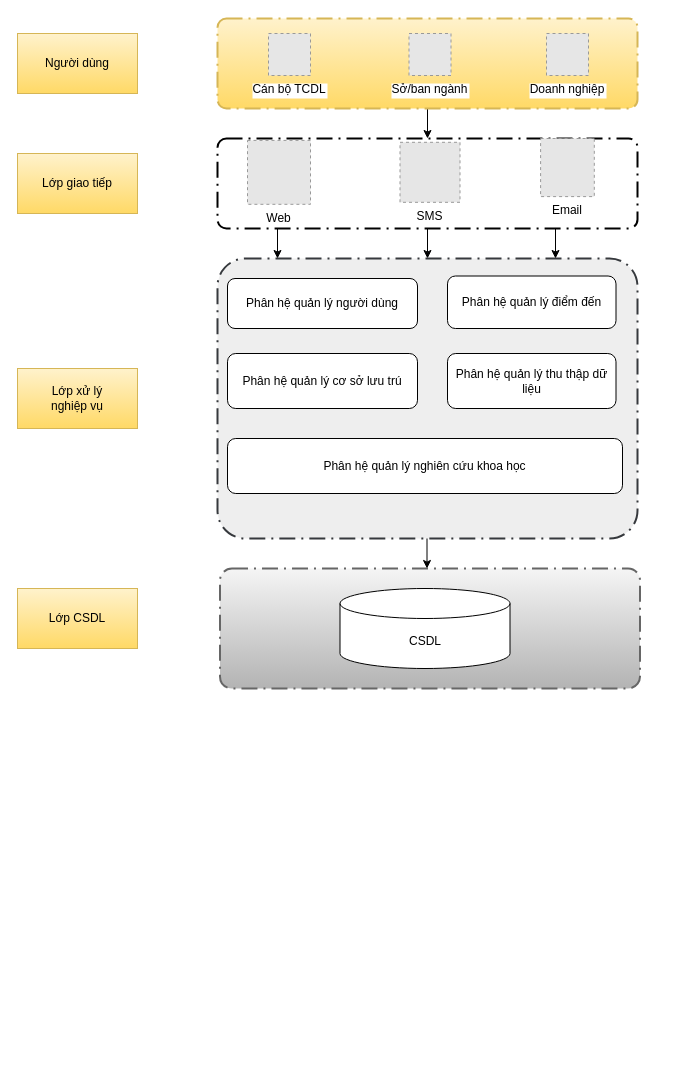
Before: page "DU_LIEU_CHUYEN_NGANH" (3 of 5) of so-do-draw/Untitled Diagram.drawio in letheanh12345/Draw-io, a draw.io diagram. Source tidied: cells renumbered, new cells numbered last; positions are measured from the earlier drawing's top-left corner, leaving out a move shared by most shapes. Both pictures are drawn from the tidied source at 100%, with x=0, y=0 at pixel (17, 18). Pictures stored in the file or linked from it are replaced by grey dashed boxes.
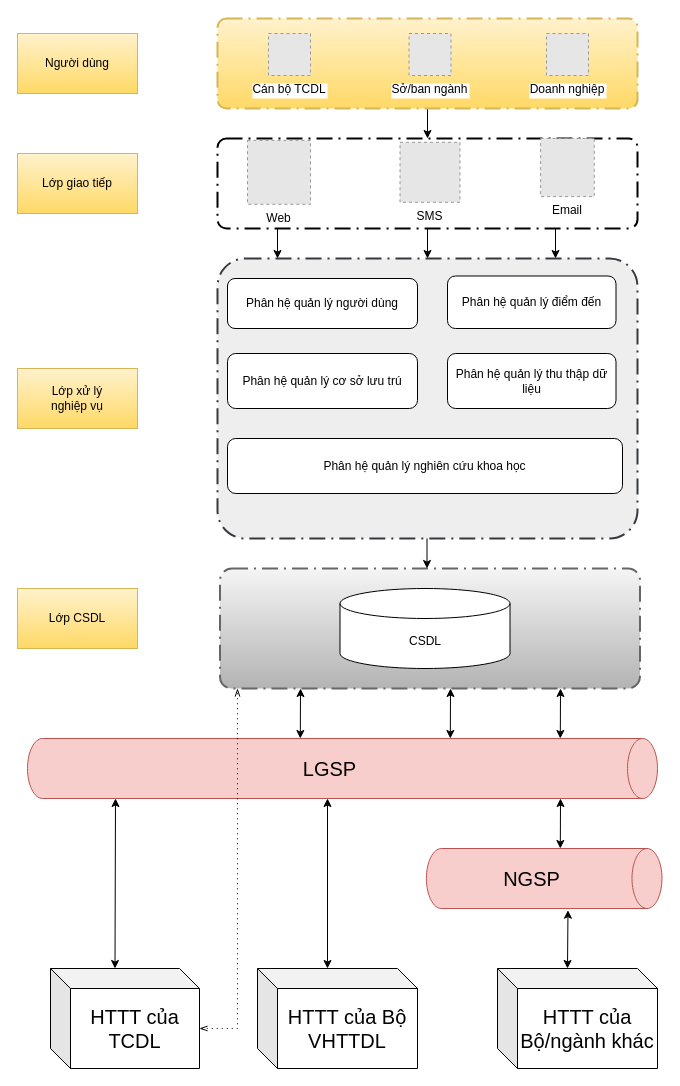
The same page after the edit.

What changed in the source:
```diff
@@
+    <mxCell id="27" value="&lt;font style=&quot;font-size: 20px;&quot;&gt;LGSP&lt;/font&gt;" style="shape=cylinder3;whiteSpace=wrap;html=1;boundedLbl=1;backgroundOutline=1;size=15;direction=south;fillColor=#f8cecc;strokeColor=#b85450;" parent="1" vertex="1">
+      <mxGeometry x="10" y="720" width="630" height="60" as="geometry" />
+    </mxCell>
+    <mxCell id="28" value="HTTT của TCDL" style="shape=cube;whiteSpace=wrap;html=1;boundedLbl=1;backgroundOutline=1;darkOpacity=0.05;darkOpacity2=0.1;fontSize=20;" parent="1" vertex="1">
+      <mxGeometry x="33" y="950" width="149" height="100" as="geometry" />
+    </mxCell>
+    <mxCell id="29" value="HTTT của Bộ VHTTDL" style="shape=cube;whiteSpace=wrap;html=1;boundedLbl=1;backgroundOutline=1;darkOpacity=0.05;darkOpacity2=0.1;fontSize=20;" parent="1" vertex="1">
+      <mxGeometry x="240" y="950" width="160" height="100" as="geometry" />
+    </mxCell>
+    <mxCell id="30" value="HTTT của Bộ/ngành khác" style="shape=cube;whiteSpace=wrap;html=1;boundedLbl=1;backgroundOutline=1;darkOpacity=0.05;darkOpacity2=0.1;fontSize=20;" parent="1" vertex="1">
+      <mxGeometry x="480" y="950" width="160" height="100" as="geometry" />
+    </mxCell>
+    <mxCell id="31" value="&lt;font style=&quot;font-size: 20px;&quot;&gt;NGSP&lt;/font&gt;" style="shape=cylinder3;whiteSpace=wrap;html=1;boundedLbl=1;backgroundOutline=1;size=15;direction=south;fillColor=#f8cecc;strokeColor=#b85450;" parent="1" vertex="1">
+      <mxGeometry x="408.9" y="830" width="235.6" height="60" as="geometry" />
+    </mxCell>
+    <mxCell id="32" style="endArrow=classic;startArrow=classic;html=1;rounded=0;fontSize=20;exitX=0.167;exitY=0.78;exitDx=0;exitDy=0;exitPerimeter=0;" parent="1" edge="1">
+      <mxGeometry relative="1" as="geometry">
+        <mxPoint x="282.8" y="720" as="sourcePoint" />
+        <mxPoint x="283" y="670" as="targetPoint" />
+      </mxGeometry>
+    </mxCell>
+    <mxCell id="33" style="endArrow=classic;startArrow=classic;html=1;rounded=0;fontSize=20;exitX=0.167;exitY=0.78;exitDx=0;exitDy=0;exitPerimeter=0;" parent="1" edge="1">
+      <mxGeometry relative="1" as="geometry">
+        <mxPoint x="432.8" y="720" as="sourcePoint" />
+        <mxPoint x="433" y="670" as="targetPoint" />
+      </mxGeometry>
+    </mxCell>
+    <mxCell id="34" style="endArrow=classic;startArrow=classic;html=1;rounded=0;fontSize=20;exitX=0.167;exitY=0.78;exitDx=0;exitDy=0;exitPerimeter=0;" parent="1" edge="1">
+      <mxGeometry relative="1" as="geometry">
+        <mxPoint x="542.8" y="720" as="sourcePoint" />
+        <mxPoint x="543" y="670" as="targetPoint" />
+      </mxGeometry>
+    </mxCell>
+    <mxCell id="35" style="endArrow=classic;startArrow=classic;html=1;rounded=0;fontSize=20;exitX=0.167;exitY=0.78;exitDx=0;exitDy=0;exitPerimeter=0;" parent="1" edge="1">
+      <mxGeometry relative="1" as="geometry">
+        <mxPoint x="542.8" y="830" as="sourcePoint" />
+        <mxPoint x="543" y="780" as="targetPoint" />
+      </mxGeometry>
+    </mxCell>
+    <mxCell id="36" style="endArrow=classic;startArrow=classic;html=1;rounded=0;fontSize=20;exitX=0;exitY=0;exitDx=70;exitDy=0;exitPerimeter=0;entryX=1.028;entryY=0.399;entryDx=0;entryDy=0;entryPerimeter=0;" parent="1" edge="1" source="30" target="31">
+      <mxGeometry relative="1" as="geometry" />
+    </mxCell>
+    <mxCell id="37" style="endArrow=classic;startArrow=classic;html=1;rounded=0;fontSize=20;exitX=0;exitY=0;exitDx=64.5;exitDy=0;exitPerimeter=0;" parent="1" edge="1" source="28">
+      <mxGeometry relative="1" as="geometry">
+        <mxPoint x="98" y="780" as="targetPoint" />
+      </mxGeometry>
+    </mxCell>
+    <mxCell id="38" style="endArrow=classic;startArrow=classic;html=1;rounded=0;fontSize=20;exitX=0;exitY=0;exitDx=70;exitDy=0;exitPerimeter=0;" parent="1" edge="1" source="29">
+      <mxGeometry relative="1" as="geometry">
+        <mxPoint x="310" y="780" as="targetPoint" />
+      </mxGeometry>
+    </mxCell>
+    <mxCell id="39" style="edgeStyle=elbowEdgeStyle;fontSize=12;html=1;endFill=0;startFill=0;endSize=6;startSize=6;dashed=1;dashPattern=1 4;endArrow=openThin;startArrow=openThin;rounded=0;exitX=0;exitY=0;exitDx=149;exitDy=60;exitPerimeter=0;entryX=0.125;entryY=1;entryDx=0;entryDy=0;entryPerimeter=0;" parent="1" edge="1" source="28">
+      <mxGeometry relative="1" as="geometry">
+        <mxPoint x="220" y="670" as="targetPoint" />
+        <Array as="points">
+          <mxPoint x="220" y="790" />
+          <mxPoint x="150" y="940" />
+        </Array>
+      </mxGeometry>
+    </mxCell>
```
